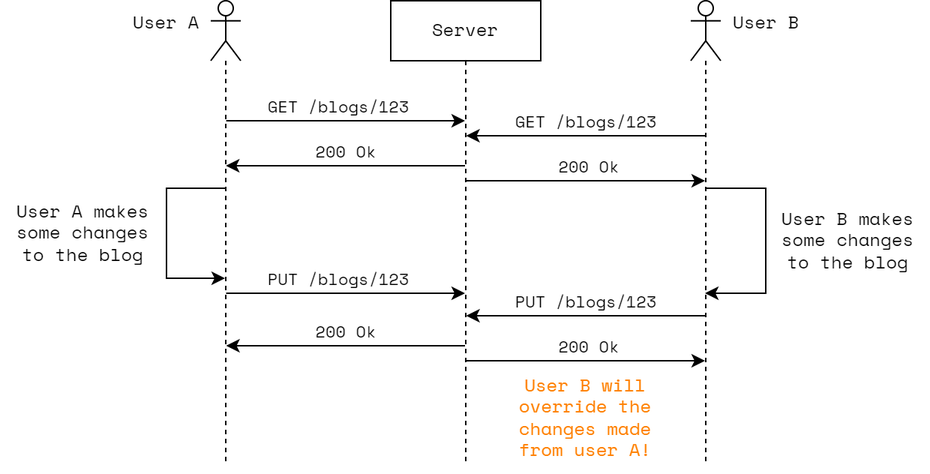
Above: public/blogs/rest-api-etag/without-etag-light.png in DLabbate/portfolio (draw.io), before the change. Source tidied: cells renumbered, new cells last; positions are measured from the earlier drawing's top-left corner, leaving out a move shared by most shapes.
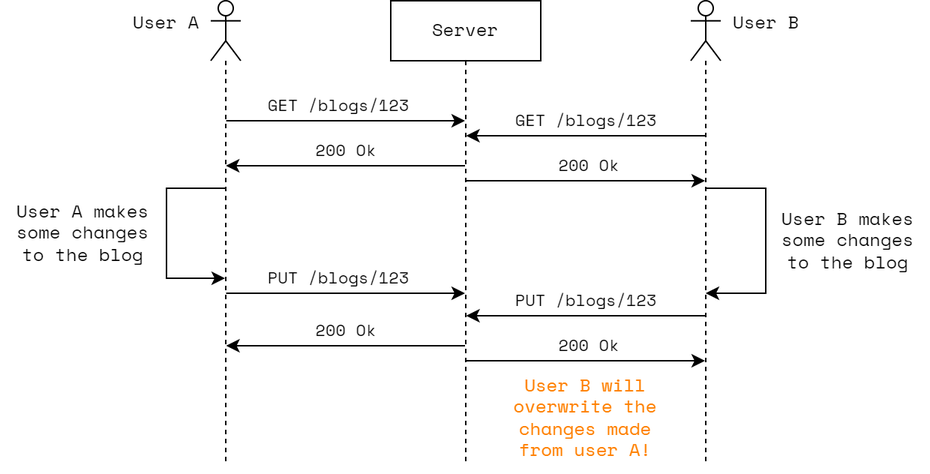
Above is the later version.

Change to the diagram source:
```diff
@@ -60,7 +60,7 @@
         <mxPoint x="-16" y="-14" as="offset" />
       </mxGeometry>
     </mxCell>
-    <mxCell id="15" value="&lt;font color=&quot;#ff8000&quot;&gt;User B will override the changes made from user A!&lt;/font&gt;" style="text;html=1;align=center;verticalAlign=middle;whiteSpace=wrap;rounded=0;fontFamily=Space Mono;fontColor=#EA6B66;labelBackgroundColor=none;" parent="1" vertex="1">
+    <mxCell id="15" value="&lt;font color=&quot;#ff8000&quot;&gt;User B will overwrite the changes made from user A!&lt;/font&gt;" style="text;html=1;align=center;verticalAlign=middle;whiteSpace=wrap;rounded=0;fontFamily=Space Mono;fontColor=#EA6B66;labelBackgroundColor=none;" parent="1" vertex="1">
       <mxGeometry x="330" y="240" width="120" height="75" as="geometry" />
     </mxCell>
     <mxCell id="16" value="User A" style="text;html=1;align=center;verticalAlign=middle;strokeColor=none;fillColor=none;fontFamily=Space Mono;" parent="1" vertex="1">
```
